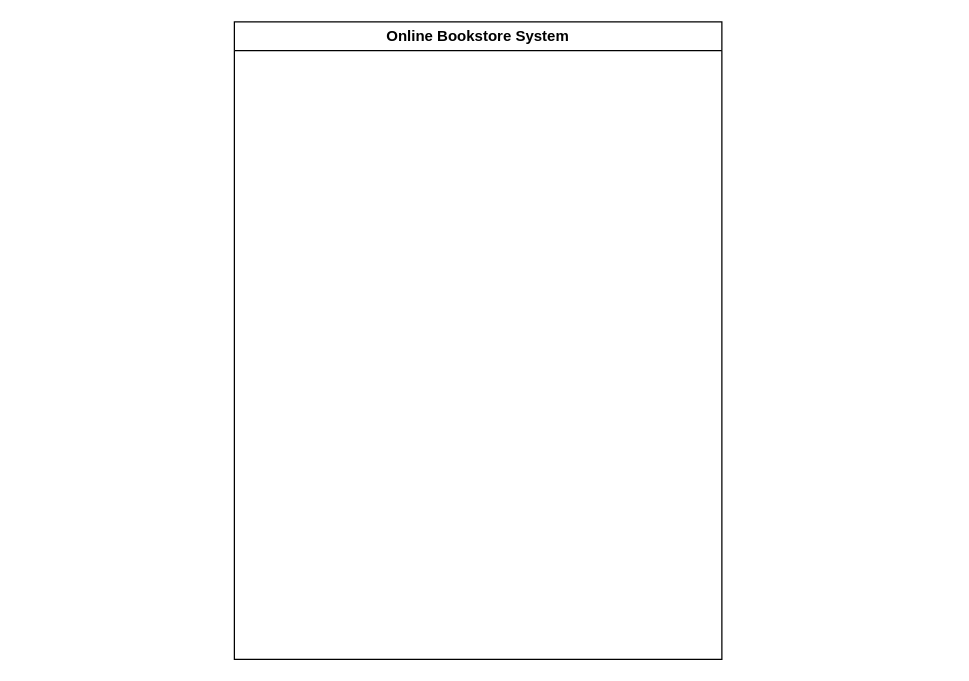
Earlier version of the draw.io diagram newzers.drawio (Eselebano/Info_Tech). Source tidied: cells renumbered, new cells numbered last; positions are measured from the earlier drawing's top-left corner, leaving out a move shared by most shapes. Both pictures are drawn from the tidied source at 125%, with x=0, y=0 at pixel (234, 21).
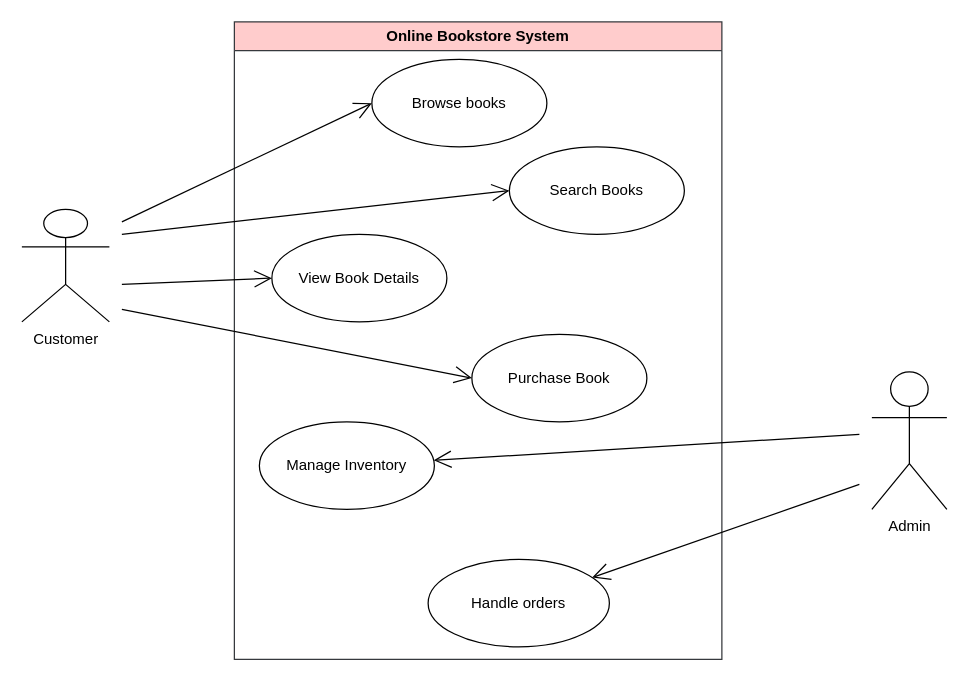
The same page after the edit.

Change to the diagram source:
```diff
@@
-<mxGraphModel>
+<mxGraphModel background="#FFFFFF">
@@
-    <mxCell id="2" value="Online Bookstore System" style="swimlane;whiteSpace=wrap;html=1;" parent="1" vertex="1">
+    <mxCell id="2" value="Online Bookstore System" style="swimlane;whiteSpace=wrap;html=1;fillColor=#ffcccc;strokeColor=#36393d;" parent="1" vertex="1">
       <mxGeometry width="390" height="510" as="geometry" />
     </mxCell>
+    <mxCell id="3" value="Browse books" style="ellipse;whiteSpace=wrap;html=1;" parent="2" vertex="1">
+      <mxGeometry x="110" y="30" width="140" height="70" as="geometry" />
+    </mxCell>
+    <mxCell id="4" value="Search Books" style="ellipse;whiteSpace=wrap;html=1;" parent="2" vertex="1">
+      <mxGeometry x="220" y="100" width="140" height="70" as="geometry" />
+    </mxCell>
+    <mxCell id="5" value="View Book Details" style="ellipse;whiteSpace=wrap;html=1;" parent="2" vertex="1">
+      <mxGeometry x="30" y="170" width="140" height="70" as="geometry" />
+    </mxCell>
+    <mxCell id="6" value="Manage Inventory" style="ellipse;whiteSpace=wrap;html=1;" parent="2" vertex="1">
+      <mxGeometry x="20" y="320" width="140" height="70" as="geometry" />
+    </mxCell>
+    <mxCell id="7" value="Purchase Book" style="ellipse;whiteSpace=wrap;html=1;" parent="2" vertex="1">
+      <mxGeometry x="190" y="250" width="140" height="70" as="geometry" />
+    </mxCell>
+    <mxCell id="8" value="Handle orders" style="ellipse;whiteSpace=wrap;html=1;" parent="2" vertex="1">
+      <mxGeometry x="155" y="430" width="145" height="70" as="geometry" />
+    </mxCell>
+    <mxCell id="9" value="Customer" style="shape=umlActor;verticalLabelPosition=bottom;verticalAlign=top;html=1;" parent="1" vertex="1">
+      <mxGeometry x="-170" y="150" width="70" height="90" as="geometry" />
+    </mxCell>
+    <mxCell id="10" value="Admin" style="shape=umlActor;verticalLabelPosition=bottom;verticalAlign=top;html=1;" parent="1" vertex="1">
+      <mxGeometry x="510" y="280" width="60" height="110" as="geometry" />
+    </mxCell>
+    <mxCell id="11" style="endArrow=open;endFill=1;endSize=12;html=1;rounded=0;entryX=0;entryY=0.5;entryDx=0;entryDy=0;" parent="1" edge="1" target="3">
+      <mxGeometry relative="1" as="geometry">
+        <mxPoint x="-90" y="160" as="sourcePoint" />
+      </mxGeometry>
+    </mxCell>
+    <mxCell id="12" style="endArrow=open;endFill=1;endSize=12;html=1;rounded=0;entryX=0;entryY=0.5;entryDx=0;entryDy=0;" parent="1" edge="1" target="4">
+      <mxGeometry relative="1" as="geometry">
+        <mxPoint x="-90" y="170" as="sourcePoint" />
+      </mxGeometry>
+    </mxCell>
+    <mxCell id="13" style="endArrow=open;endFill=1;endSize=12;html=1;rounded=0;entryX=0;entryY=0.5;entryDx=0;entryDy=0;" parent="1" edge="1" target="5">
+      <mxGeometry relative="1" as="geometry">
+        <mxPoint x="-90" y="210" as="sourcePoint" />
+      </mxGeometry>
+    </mxCell>
+    <mxCell id="14" style="endArrow=open;endFill=1;endSize=12;html=1;rounded=0;entryX=0;entryY=0.5;entryDx=0;entryDy=0;" parent="1" edge="1" target="7">
+      <mxGeometry relative="1" as="geometry">
+        <mxPoint x="-90" y="230" as="sourcePoint" />
+      </mxGeometry>
+    </mxCell>
+    <mxCell id="15" style="endArrow=open;endFill=1;endSize=12;html=1;rounded=0;" parent="1" edge="1" target="6">
+      <mxGeometry relative="1" as="geometry">
+        <mxPoint x="500" y="330" as="sourcePoint" />
+      </mxGeometry>
+    </mxCell>
+    <mxCell id="16" style="endArrow=open;endFill=1;endSize=12;html=1;rounded=0;" parent="1" edge="1" target="8">
+      <mxGeometry relative="1" as="geometry">
+        <mxPoint x="500" y="370" as="sourcePoint" />
+      </mxGeometry>
+    </mxCell>
```
